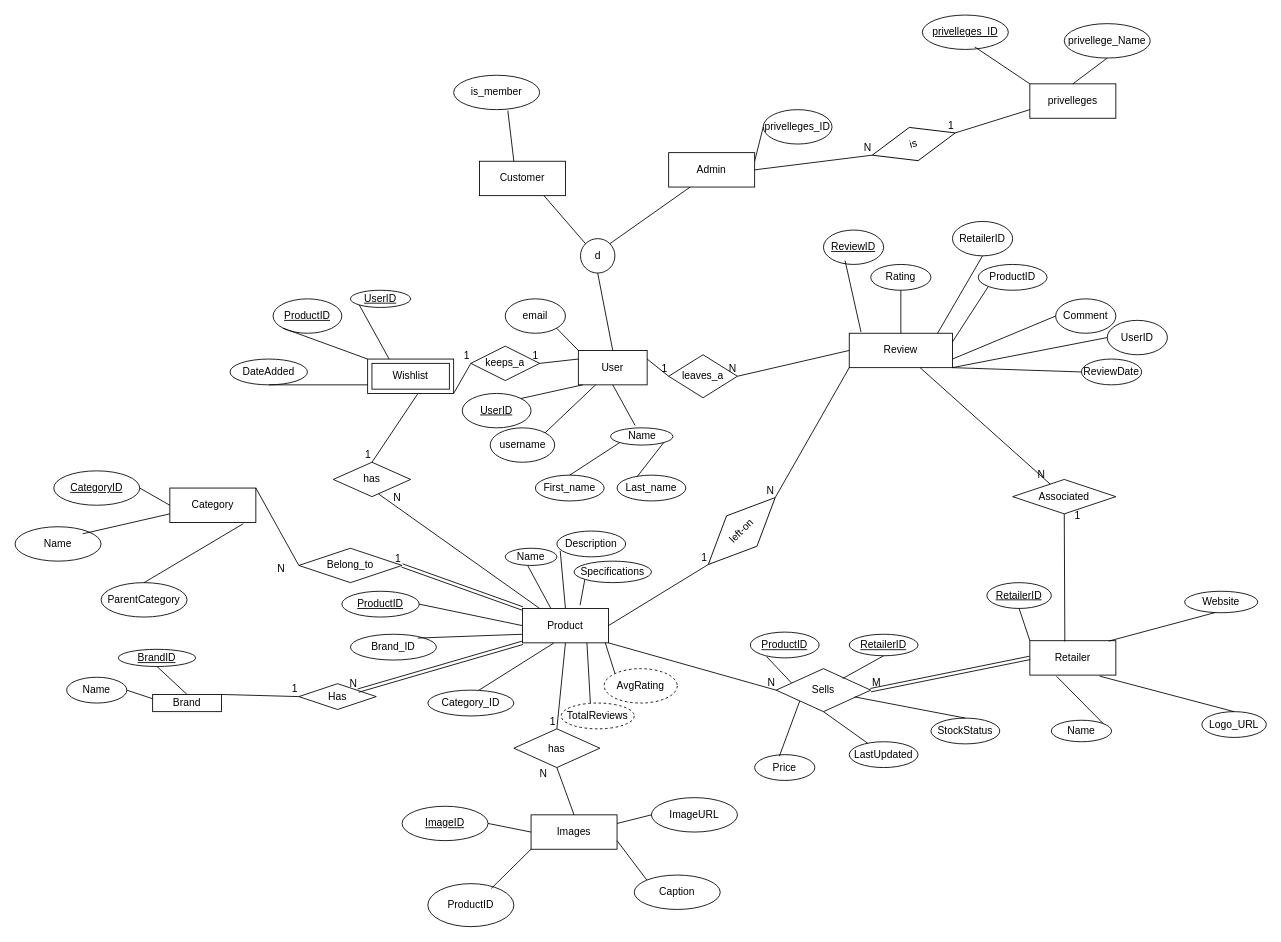
The draw.io diagram ER-Diagram/Assignment5.drawio in u24739163/Macrohard, before the edit. Source tidied: cells renumbered, new cells numbered last; positions are measured from the earlier drawing's top-left corner, leaving out a move shared by most shapes. Both pictures are drawn from the tidied source at 86%, with x=0, y=0 at pixel (15, 15).
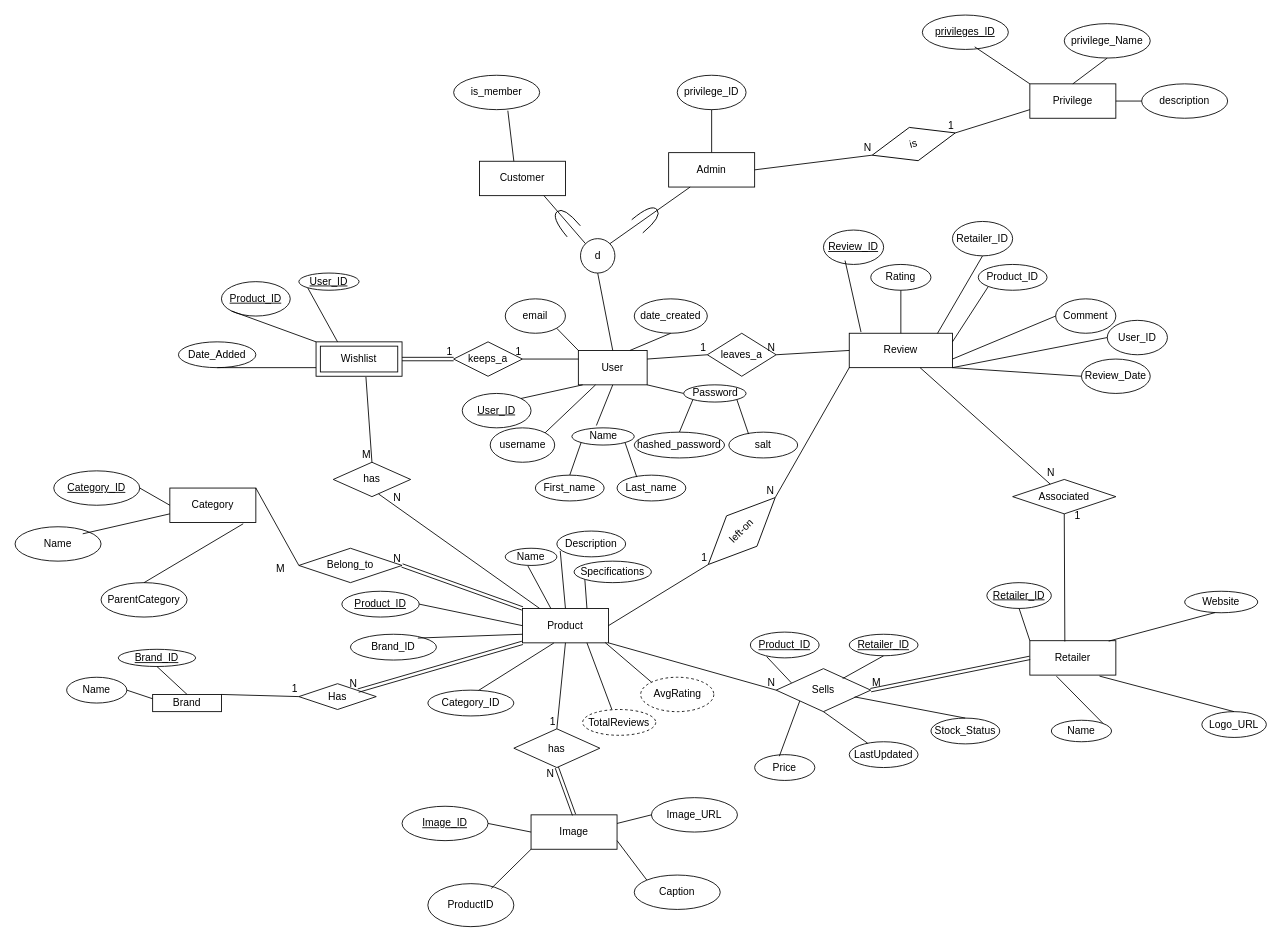
After the change.

Unchanged cells that the change refers to:
```xml
<mxCell id="2" value="User" style="rounded=0;whiteSpace=wrap;html=1;" parent="1" vertex="1">
  <mxGeometry x="655" y="390" width="80" height="40" as="geometry" />
</mxCell>
<mxCell id="43" value="Product" style="whiteSpace=wrap;html=1;align=center;" parent="1" vertex="1">
  <mxGeometry x="590" y="690" width="100" height="40" as="geometry" />
</mxCell>
<mxCell id="48" value="Specifications" style="ellipse;whiteSpace=wrap;html=1;align=center;" parent="1" vertex="1">
  <mxGeometry x="650" y="635" width="90" height="25" as="geometry" />
</mxCell>
<mxCell id="69" style="shape=link;html=1;rounded=0;entryX=1;entryY=0.5;entryDx=0;entryDy=0;exitX=0;exitY=0;exitDx=0;exitDy=0;" parent="1" edge="1" source="43" target="61">
  <mxGeometry relative="1" as="geometry" />
</mxCell>
<mxCell id="71" style="endArrow=none;html=1;rounded=0;entryX=0;entryY=0.5;entryDx=0;entryDy=0;exitX=1;exitY=0;exitDx=0;exitDy=0;" parent="1" edge="1" source="62" target="61">
  <mxGeometry relative="1" as="geometry" />
</mxCell>
<mxCell id="73" style="endArrow=none;html=1;rounded=0;entryX=0.5;entryY=0;entryDx=0;entryDy=0;exitX=0.58;exitY=1.021;exitDx=0;exitDy=0;exitPerimeter=0;" parent="1" edge="1" source="34" target="60">
  <mxGeometry relative="1" as="geometry" />
</mxCell>
<mxCell id="79" style="endArrow=none;html=1;rounded=0;" parent="1" edge="1" source="11" target="78">
  <mxGeometry relative="1" as="geometry" />
</mxCell>
<mxCell id="116" value="has" style="shape=rhombus;perimeter=rhombusPerimeter;whiteSpace=wrap;html=1;align=center;" parent="1" vertex="1">
  <mxGeometry x="580" y="830" width="100" height="45" as="geometry" />
</mxCell>
<mxCell id="136" value="Admin" style="whiteSpace=wrap;html=1;align=center;" parent="1" vertex="1">
  <mxGeometry x="760" y="160" width="100" height="40" as="geometry" />
</mxCell>
```

Change to the diagram source:
```diff
@@
-    <mxCell id="5" value="privelleges_ID" style="ellipse;whiteSpace=wrap;html=1;" parent="1" vertex="1">
-      <mxGeometry x="870" y="110" width="80" height="40" as="geometry" />
+    <mxCell id="5" value="privilege_ID" style="ellipse;whiteSpace=wrap;html=1;" parent="1" vertex="1">
+      <mxGeometry x="770" y="70" width="80" height="40" as="geometry" />
     </mxCell>
-    <mxCell id="6" value="&lt;u&gt;UserID&lt;/u&gt;" style="ellipse;whiteSpace=wrap;html=1;" parent="1" vertex="1">
+    <mxCell id="6" value="&lt;u&gt;User_ID&lt;/u&gt;" style="ellipse;whiteSpace=wrap;html=1;" parent="1" vertex="1">
       <mxGeometry x="520" y="440" width="80" height="40" as="geometry" />
     </mxCell>
@@
-    <mxCell id="10" style="endArrow=none;html=1;rounded=0;exitX=1;exitY=0.25;exitDx=0;exitDy=0;entryX=0;entryY=0.5;entryDx=0;entryDy=0;" parent="1" edge="1" source="136" target="5">
+    <mxCell id="10" style="endArrow=none;html=1;rounded=0;exitX=0.5;exitY=0;exitDx=0;exitDy=0;entryX=0.5;entryY=1;entryDx=0;entryDy=0;" parent="1" edge="1" source="136" target="5">
       <mxGeometry relative="1" as="geometry" />
     </mxCell>
@@
-    <mxCell id="14" value="ReviewDate" style="ellipse;whiteSpace=wrap;html=1;" parent="1" vertex="1">
-      <mxGeometry x="1240" y="400" width="70" height="30" as="geometry" />
+    <mxCell id="14" value="Review_Date" style="ellipse;whiteSpace=wrap;html=1;" parent="1" vertex="1">
+      <mxGeometry x="1240" y="400" width="80" height="40" as="geometry" />
     </mxCell>
-    <mxCell id="15" value="UserID" style="ellipse;whiteSpace=wrap;html=1;" parent="1" vertex="1">
+    <mxCell id="15" value="User_ID" style="ellipse;whiteSpace=wrap;html=1;" parent="1" vertex="1">
       <mxGeometry x="1270" y="355" width="70" height="40" as="geometry" />
     </mxCell>
-    <mxCell id="16" value="ProductID" style="ellipse;whiteSpace=wrap;html=1;" parent="1" vertex="1">
+    <mxCell id="16" value="Product_ID" style="ellipse;whiteSpace=wrap;html=1;" parent="1" vertex="1">
       <mxGeometry x="1120" y="290" width="80" height="30" as="geometry" />
     </mxCell>
-    <mxCell id="17" value="RetailerID" style="ellipse;whiteSpace=wrap;html=1;" parent="1" vertex="1">
+    <mxCell id="17" value="Retailer_ID" style="ellipse;whiteSpace=wrap;html=1;" parent="1" vertex="1">
       <mxGeometry x="1090" y="240" width="70" height="40" as="geometry" />
     </mxCell>
-    <mxCell id="18" value="&lt;u&gt;ReviewID&lt;/u&gt;" style="ellipse;whiteSpace=wrap;html=1;" parent="1" vertex="1">
+    <mxCell id="18" value="&lt;u&gt;Review_ID&lt;/u&gt;" style="ellipse;whiteSpace=wrap;html=1;" parent="1" vertex="1">
       <mxGeometry x="940" y="250" width="70" height="40" as="geometry" />
     </mxCell>
@@
     <mxCell id="26" value="leaves_a" style="rhombus;whiteSpace=wrap;html=1;" parent="1" vertex="1">
-      <mxGeometry x="760" y="395" width="80" height="50" as="geometry" />
+      <mxGeometry x="805" y="370" width="80" height="50" as="geometry" />
     </mxCell>
@@
-    <mxCell id="31" value="&lt;u&gt;ProductID&lt;/u&gt;" style="ellipse;whiteSpace=wrap;html=1;" parent="1" vertex="1">
-      <mxGeometry x="300" y="330" width="80" height="40" as="geometry" />
+    <mxCell id="31" value="&lt;u&gt;Product_ID&lt;/u&gt;" style="ellipse;whiteSpace=wrap;html=1;" parent="1" vertex="1">
+      <mxGeometry x="240" y="310" width="80" height="40" as="geometry" />
     </mxCell>
-    <mxCell id="32" value="&lt;u&gt;UserID&lt;/u&gt;" style="ellipse;whiteSpace=wrap;html=1;" parent="1" vertex="1">
-      <mxGeometry x="390" y="320" width="70" height="20" as="geometry" />
+    <mxCell id="32" value="&lt;u&gt;User_ID&lt;/u&gt;" style="ellipse;whiteSpace=wrap;html=1;" parent="1" vertex="1">
+      <mxGeometry x="330" y="300" width="70" height="20" as="geometry" />
     </mxCell>
-    <mxCell id="33" value="DateAdded" style="ellipse;whiteSpace=wrap;html=1;" parent="1" vertex="1">
-      <mxGeometry x="250" y="400" width="90" height="30" as="geometry" />
+    <mxCell id="33" value="Date_Added" style="ellipse;whiteSpace=wrap;html=1;" parent="1" vertex="1">
+      <mxGeometry x="190" y="380" width="90" height="30" as="geometry" />
     </mxCell>
     <mxCell id="34" value="Wishlist" style="shape=ext;margin=3;double=1;whiteSpace=wrap;html=1;align=center;" parent="1" vertex="1">
-      <mxGeometry x="410" y="400" width="100" height="40" as="geometry" />
+      <mxGeometry x="350" y="380" width="100" height="40" as="geometry" />
     </mxCell>
@@
     <mxCell id="38" value="keeps_a" style="rhombus;whiteSpace=wrap;html=1;rotation=0;" parent="1" vertex="1">
-      <mxGeometry x="530" y="385" width="80" height="40" as="geometry" />
+      <mxGeometry x="510" y="380" width="80" height="40" as="geometry" />
     </mxCell>
@@
-    <mxCell id="41" style="endArrow=none;html=1;rounded=0;entryX=0;entryY=0.5;entryDx=0;entryDy=0;exitX=1;exitY=1;exitDx=0;exitDy=0;" parent="1" edge="1" source="34" target="38">
-      <mxGeometry relative="1" as="geometry" />
-    </mxCell>
-    <mxCell id="42" value="1" style="html=1;whiteSpace=wrap;align=right;verticalAlign=bottom;" parent="41" vertex="1">
-      <mxGeometry x="1" relative="1" as="geometry" />
-    </mxCell>
@@
-    <mxCell id="44" value="ProductID" style="ellipse;whiteSpace=wrap;html=1;align=center;fontStyle=4;" parent="1" vertex="1">
+    <mxCell id="44" value="Product_ID" style="ellipse;whiteSpace=wrap;html=1;align=center;fontStyle=4;" parent="1" vertex="1">
       <mxGeometry x="380" y="670" width="90" height="30" as="geometry" />
     </mxCell>
@@
-    <mxCell id="55" style="endArrow=none;html=1;rounded=0;exitX=0.67;exitY=-0.095;exitDx=0;exitDy=0;entryX=0;entryY=1;entryDx=0;entryDy=0;exitPerimeter=0;" parent="1" edge="1" source="43" target="48">
+    <mxCell id="55" style="endArrow=none;html=1;rounded=0;exitX=0.75;exitY=0;exitDx=0;exitDy=0;entryX=0;entryY=1;entryDx=0;entryDy=0;" parent="1" edge="1" source="43" target="48">
       <mxGeometry relative="1" as="geometry" />
     </mxCell>
     <mxCell id="56" value="TotalReviews" style="ellipse;whiteSpace=wrap;html=1;align=center;dashed=1;" parent="1" vertex="1">
-      <mxGeometry x="635" y="800" width="85" height="30" as="geometry" />
+      <mxGeometry x="660" y="807.5" width="85" height="30" as="geometry" />
     </mxCell>
     <mxCell id="57" value="AvgRating" style="ellipse;whiteSpace=wrap;html=1;align=center;dashed=1;" parent="1" vertex="1">
-      <mxGeometry x="685" y="760" width="85" height="40" as="geometry" />
+      <mxGeometry x="727.5" y="770" width="85" height="40" as="geometry" />
     </mxCell>
@@
-    <mxCell id="67" value="CategoryID" style="ellipse;whiteSpace=wrap;html=1;align=center;fontStyle=4;" parent="1" vertex="1">
+    <mxCell id="67" value="Category_ID" style="ellipse;whiteSpace=wrap;html=1;align=center;fontStyle=4;" parent="1" vertex="1">
       <mxGeometry x="45" y="530" width="100" height="40" as="geometry" />
     </mxCell>
@@
-    <mxCell id="70" value="1" style="html=1;whiteSpace=wrap;align=right;verticalAlign=bottom;" parent="69" vertex="1">
+    <mxCell id="70" value="N" style="html=1;whiteSpace=wrap;align=right;verticalAlign=bottom;" parent="69" vertex="1">
       <mxGeometry x="1" relative="1" as="geometry" />
     </mxCell>
@@
-    <mxCell id="72" value="N" style="html=1;whiteSpace=wrap;align=right;verticalAlign=bottom;" parent="71" vertex="1">
+    <mxCell id="72" value="M" style="html=1;whiteSpace=wrap;align=right;verticalAlign=bottom;" parent="71" vertex="1">
       <mxGeometry x="1" relative="1" as="geometry">
         <mxPoint x="-15" y="12" as="offset" />
       </mxGeometry>
     </mxCell>
@@
-    <mxCell id="74" value="1" style="html=1;whiteSpace=wrap;align=right;verticalAlign=bottom;" parent="73" vertex="1">
+    <mxCell id="74" value="M" style="html=1;whiteSpace=wrap;align=right;verticalAlign=bottom;" parent="73" vertex="1">
       <mxGeometry x="1" relative="1" as="geometry" />
     </mxCell>
@@
     <mxCell id="80" value="N" style="html=1;whiteSpace=wrap;align=right;verticalAlign=bottom;" parent="79" vertex="1">
       <mxGeometry x="1" relative="1" as="geometry">
-        <mxPoint x="-5" y="-2" as="offset" />
+        <mxPoint x="6" y="-5" as="offset" />
       </mxGeometry>
     </mxCell>
@@
-    <mxCell id="88" value="ProductID" style="ellipse;whiteSpace=wrap;html=1;align=center;fontStyle=4;" parent="1" vertex="1">
+    <mxCell id="88" value="Product_ID" style="ellipse;whiteSpace=wrap;html=1;align=center;fontStyle=4;" parent="1" vertex="1">
       <mxGeometry x="855" y="717.5" width="80" height="30" as="geometry" />
     </mxCell>
-    <mxCell id="89" value="RetailerID" style="ellipse;whiteSpace=wrap;html=1;align=center;fontStyle=4;" parent="1" vertex="1">
+    <mxCell id="89" value="Retailer_ID" style="ellipse;whiteSpace=wrap;html=1;align=center;fontStyle=4;" parent="1" vertex="1">
       <mxGeometry x="970" y="720" width="80" height="25" as="geometry" />
     </mxCell>
@@
-    <mxCell id="92" value="RetailerID" style="ellipse;whiteSpace=wrap;html=1;align=center;fontStyle=4;" parent="1" vertex="1">
+    <mxCell id="92" value="Retailer_ID" style="ellipse;whiteSpace=wrap;html=1;align=center;fontStyle=4;" parent="1" vertex="1">
       <mxGeometry x="1130" y="660" width="75" height="30" as="geometry" />
     </mxCell>
@@
-    <mxCell id="100" value="StockStatus" style="ellipse;whiteSpace=wrap;html=1;align=center;" parent="1" vertex="1">
+    <mxCell id="100" value="Stock_Status" style="ellipse;whiteSpace=wrap;html=1;align=center;" parent="1" vertex="1">
       <mxGeometry x="1065" y="817.5" width="80" height="30" as="geometry" />
     </mxCell>
@@
-    <mxCell id="112" value="BrandID" style="ellipse;whiteSpace=wrap;html=1;align=center;fontStyle=4;" parent="1" vertex="1">
+    <mxCell id="112" value="Brand_ID" style="ellipse;whiteSpace=wrap;html=1;align=center;fontStyle=4;" parent="1" vertex="1">
       <mxGeometry x="120" y="737.5" width="90" height="20" as="geometry" />
     </mxCell>
@@
-    <mxCell id="119" value="Images" style="whiteSpace=wrap;html=1;align=center;" parent="1" vertex="1">
+    <mxCell id="119" value="Image" style="whiteSpace=wrap;html=1;align=center;" parent="1" vertex="1">
       <mxGeometry x="600" y="930" width="100" height="40" as="geometry" />
     </mxCell>
-    <mxCell id="120" value="ImageID" style="ellipse;whiteSpace=wrap;html=1;align=center;fontStyle=4;" parent="1" vertex="1">
+    <mxCell id="120" value="Image_ID" style="ellipse;whiteSpace=wrap;html=1;align=center;fontStyle=4;" parent="1" vertex="1">
       <mxGeometry x="450" y="920" width="100" height="40" as="geometry" />
     </mxCell>
-    <mxCell id="121" value="ImageURL" style="ellipse;whiteSpace=wrap;html=1;align=center;" parent="1" vertex="1">
+    <mxCell id="121" value="Image_URL" style="ellipse;whiteSpace=wrap;html=1;align=center;" parent="1" vertex="1">
       <mxGeometry x="740" y="910" width="100" height="40" as="geometry" />
     </mxCell>
@@
-    <mxCell id="128" style="endArrow=none;html=1;rounded=0;entryX=0.5;entryY=1;entryDx=0;entryDy=0;exitX=0.5;exitY=0;exitDx=0;exitDy=0;" parent="1" edge="1" source="119" target="116">
-      <mxGeometry relative="1" as="geometry" />
-    </mxCell>
-    <mxCell id="129" value="N" style="html=1;whiteSpace=wrap;align=right;verticalAlign=bottom;" parent="128" vertex="1">
-      <mxGeometry x="1" relative="1" as="geometry">
-        <mxPoint x="-10" y="15" as="offset" />
-      </mxGeometry>
-    </mxCell>
@@
-    <mxCell id="144" value="privelleges" style="whiteSpace=wrap;html=1;align=center;" parent="1" vertex="1">
+    <mxCell id="144" value="Privilege" style="whiteSpace=wrap;html=1;align=center;" parent="1" vertex="1">
       <mxGeometry x="1180" y="80" width="100" height="40" as="geometry" />
     </mxCell>
@@
-    <mxCell id="147" value="privelleges_ID" style="ellipse;whiteSpace=wrap;html=1;align=center;fontStyle=4;" parent="1" vertex="1">
+    <mxCell id="147" value="privileges_ID" style="ellipse;whiteSpace=wrap;html=1;align=center;fontStyle=4;" parent="1" vertex="1">
       <mxGeometry x="1055" width="100" height="40" as="geometry" />
     </mxCell>
-    <mxCell id="148" value="privellege_Name" style="ellipse;whiteSpace=wrap;html=1;align=center;" parent="1" vertex="1">
+    <mxCell id="148" value="privilege_Name" style="ellipse;whiteSpace=wrap;html=1;align=center;" parent="1" vertex="1">
       <mxGeometry x="1220" y="10" width="100" height="40" as="geometry" />
     </mxCell>
@@
     <mxCell id="153" value="Name" style="ellipse;whiteSpace=wrap;html=1;align=center;" parent="1" vertex="1">
-      <mxGeometry x="692.5" y="480" width="72.5" height="20" as="geometry" />
+      <mxGeometry x="647.5" y="480" width="72.5" height="20" as="geometry" />
     </mxCell>
@@
+    <mxCell id="128" style="shape=link;html=1;rounded=0;exitX=0.5;exitY=0;exitDx=0;exitDy=0;entryX=0.5;entryY=1;entryDx=0;entryDy=0;" parent="1" edge="1" source="119" target="116">
+      <mxGeometry relative="1" as="geometry" />
+    </mxCell>
+    <mxCell id="129" value="N" style="html=1;whiteSpace=wrap;align=right;verticalAlign=bottom;" parent="128" vertex="1">
+      <mxGeometry x="1" relative="1" as="geometry">
+        <mxPoint x="-2" y="15" as="offset" />
+      </mxGeometry>
+    </mxCell>
+    <mxCell id="159" value="description" style="ellipse;whiteSpace=wrap;html=1;align=center;" parent="1" vertex="1">
+      <mxGeometry x="1310" y="80" width="100" height="40" as="geometry" />
+    </mxCell>
+    <mxCell id="160" style="endArrow=none;html=1;rounded=0;entryX=0;entryY=0.5;entryDx=0;entryDy=0;exitX=1;exitY=0.5;exitDx=0;exitDy=0;" parent="1" edge="1" source="144" target="159">
+      <mxGeometry relative="1" as="geometry" />
+    </mxCell>
+    <mxCell id="161" value="date_created" style="ellipse;whiteSpace=wrap;html=1;" parent="1" vertex="1">
+      <mxGeometry x="720" y="330" width="85" height="40" as="geometry" />
+    </mxCell>
+    <mxCell id="162" style="endArrow=none;html=1;rounded=0;entryX=0.75;entryY=0;entryDx=0;entryDy=0;exitX=0.5;exitY=1;exitDx=0;exitDy=0;" parent="1" edge="1" source="161" target="2">
+      <mxGeometry relative="1" as="geometry" />
+    </mxCell>
+    <mxCell id="163" style="endArrow=none;html=1;rounded=0;entryX=1;entryY=1;entryDx=0;entryDy=0;exitX=0;exitY=0.5;exitDx=0;exitDy=0;" parent="1" edge="1" source="166" target="2">
+      <mxGeometry relative="1" as="geometry" />
+    </mxCell>
+    <mxCell id="164" value="salt" style="ellipse;whiteSpace=wrap;html=1;align=center;" parent="1" vertex="1">
+      <mxGeometry x="830" y="485" width="80" height="30" as="geometry" />
+    </mxCell>
+    <mxCell id="165" value="hashed_password" style="ellipse;whiteSpace=wrap;html=1;align=center;" parent="1" vertex="1">
+      <mxGeometry x="720" y="485" width="105" height="30" as="geometry" />
+    </mxCell>
+    <mxCell id="166" value="Password" style="ellipse;whiteSpace=wrap;html=1;align=center;" parent="1" vertex="1">
+      <mxGeometry x="777.5" y="430" width="72.5" height="20" as="geometry" />
+    </mxCell>
+    <mxCell id="167" style="endArrow=none;html=1;rounded=0;entryX=0;entryY=1;entryDx=0;entryDy=0;exitX=0.5;exitY=0;exitDx=0;exitDy=0;" parent="1" edge="1" source="165" target="166">
+      <mxGeometry relative="1" as="geometry" />
+    </mxCell>
+    <mxCell id="168" style="endArrow=none;html=1;rounded=0;entryX=1;entryY=1;entryDx=0;entryDy=0;exitX=0.287;exitY=0.075;exitDx=0;exitDy=0;exitPerimeter=0;" parent="1" edge="1" source="164" target="166">
+      <mxGeometry relative="1" as="geometry" />
+    </mxCell>
+    <mxCell id="41" style="shape=link;html=1;rounded=0;entryX=0;entryY=0.5;entryDx=0;entryDy=0;exitX=1;exitY=0.5;exitDx=0;exitDy=0;" parent="1" edge="1" source="34" target="38">
+      <mxGeometry relative="1" as="geometry" />
+    </mxCell>
+    <mxCell id="42" value="1" style="html=1;whiteSpace=wrap;align=right;verticalAlign=bottom;" parent="41" vertex="1">
+      <mxGeometry x="1" relative="1" as="geometry" />
+    </mxCell>
+    <mxCell id="169" style="shape=requiredInterface;html=1;verticalLabelPosition=bottom;sketch=0;rotation=-130;" parent="1" vertex="1">
+      <mxGeometry x="625" y="230" width="30" height="20" as="geometry" />
+    </mxCell>
+    <mxCell id="170" style="shape=requiredInterface;html=1;verticalLabelPosition=bottom;sketch=0;rotation=-40;" parent="1" vertex="1">
+      <mxGeometry x="720" y="226" width="30" height="20" as="geometry" />
+    </mxCell>
```
